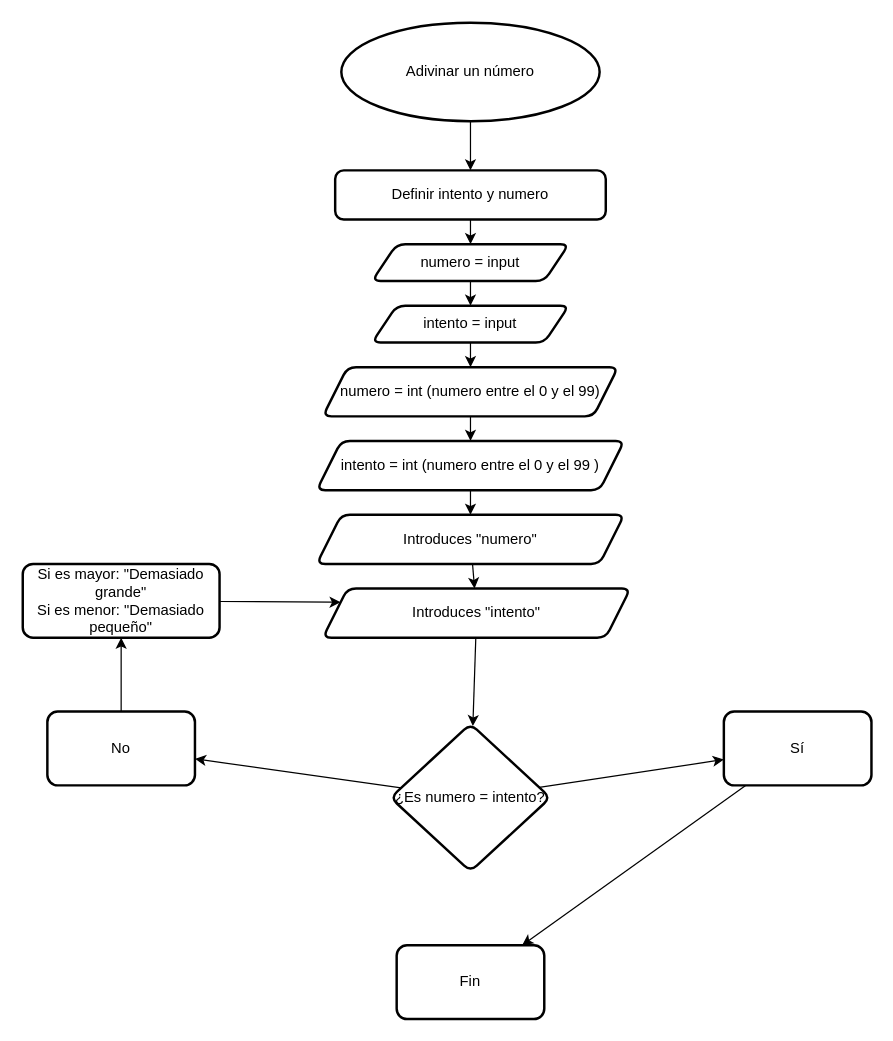
Before: diagrama.drawio in Jacobo24/Adivine-un-n-mero, a draw.io diagram. Source tidied: cells renumbered, new cells numbered last; positions are measured from the earlier drawing's top-left corner, leaving out a move shared by most shapes. Both pictures are drawn from the tidied source at 123%, with x=0, y=0 at pixel (22, 22).
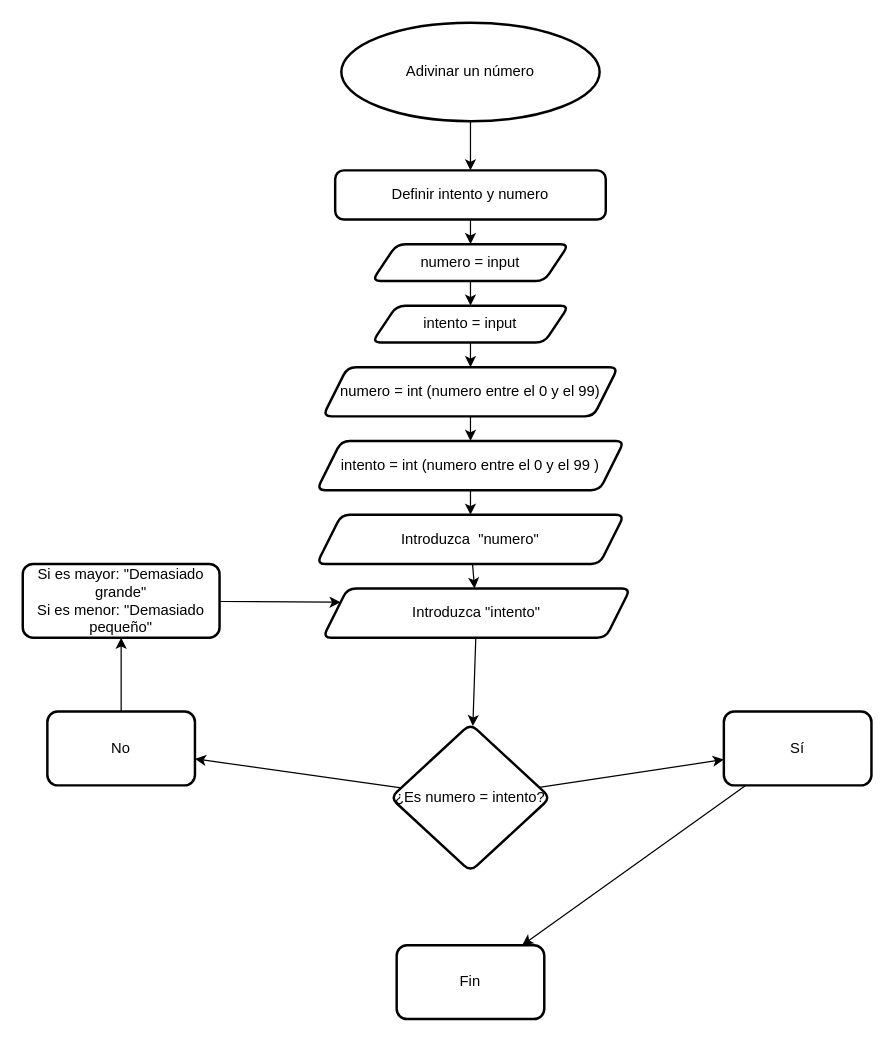
Above is the later version.

Change to the diagram source:
```diff
@@
-    <mxCell id="23" value="Introduces &quot;numero&quot;" style="shape=parallelogram;perimeter=parallelogramPerimeter;whiteSpace=wrap;html=1;fixedSize=1;rounded=1;arcSize=14;strokeWidth=2;" parent="1" vertex="1">
+    <mxCell id="23" value="Introduzca&amp;nbsp; &quot;numero&quot;" style="shape=parallelogram;perimeter=parallelogramPerimeter;whiteSpace=wrap;html=1;fixedSize=1;rounded=1;arcSize=14;strokeWidth=2;" parent="1" vertex="1">
       <mxGeometry x="239" y="400" width="250" height="40" as="geometry" />
     </mxCell>
@@
-    <mxCell id="25" value="Introduces &quot;intento&quot;" style="shape=parallelogram;perimeter=parallelogramPerimeter;whiteSpace=wrap;html=1;fixedSize=1;rounded=1;arcSize=14;strokeWidth=2;" parent="1" vertex="1">
+    <mxCell id="25" value="Introduzca &quot;intento&quot;" style="shape=parallelogram;perimeter=parallelogramPerimeter;whiteSpace=wrap;html=1;fixedSize=1;rounded=1;arcSize=14;strokeWidth=2;" parent="1" vertex="1">
       <mxGeometry x="244" y="460" width="250" height="40" as="geometry" />
     </mxCell>
```
